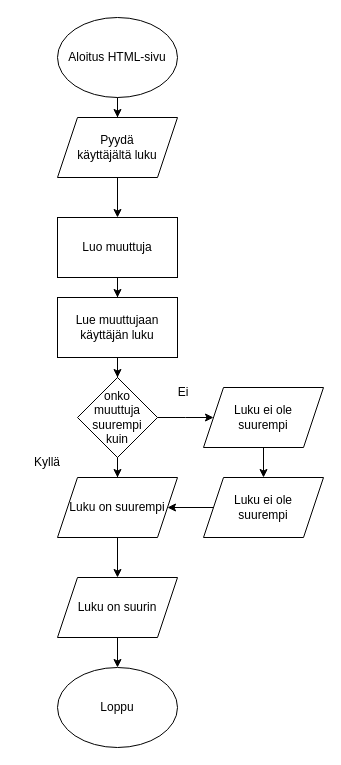
electricitas/Harjoituksia keeps this draw.io diagram as java/viikon2ykönen.drawio. Above is the earlier version. Source tidied: cells renumbered, new cells numbered last; positions are measured from the earlier drawing's top-left corner, leaving out a move shared by most shapes. Both pictures are drawn from the tidied source at 100%, with x=0, y=0 at pixel (17, 17).
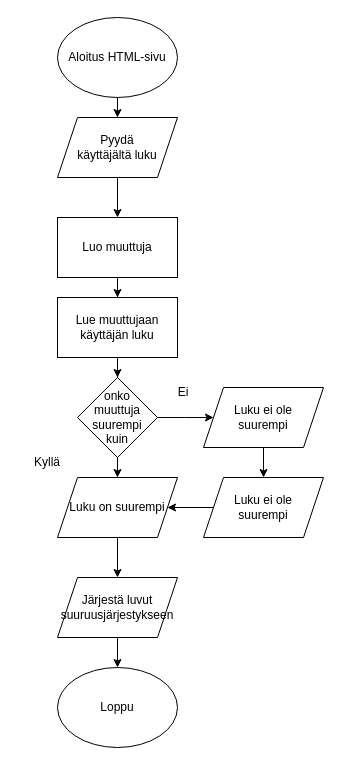
The same diagram, later.

Diff of the diagram source:
```diff
@@
-    <mxCell id="15" value="Luku on suurin" style="shape=parallelogram;perimeter=parallelogramPerimeter;whiteSpace=wrap;html=1;fixedSize=1;" parent="1" vertex="1">
+    <mxCell id="15" value="&lt;div&gt;Järjestä luvut&lt;/div&gt;&lt;div&gt;suuruusjärjestykseen&lt;/div&gt;" style="shape=parallelogram;perimeter=parallelogramPerimeter;whiteSpace=wrap;html=1;fixedSize=1;" parent="1" vertex="1">
       <mxGeometry x="40" y="560" width="120" height="60" as="geometry" />
     </mxCell>
```
